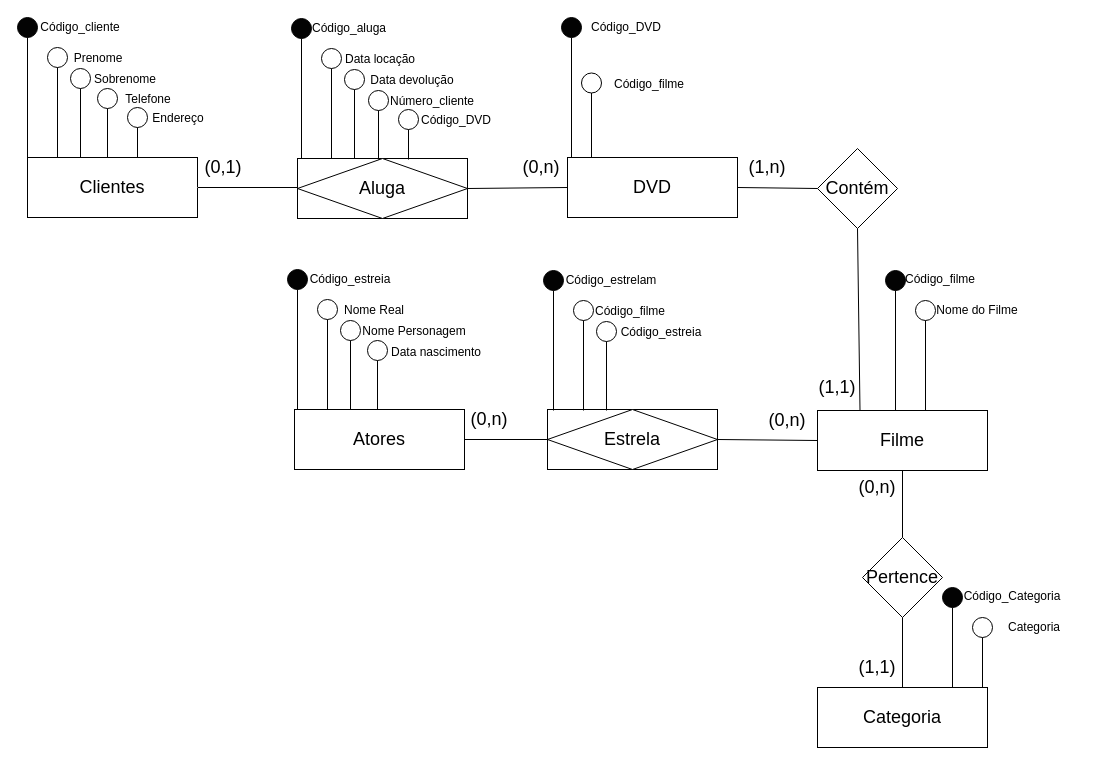
Earlier version of the draw.io diagram Facul/ER_pds.drawio (HansRafael/projects). Source tidied: cells renumbered, new cells numbered last; positions are measured from the earlier drawing's top-left corner, leaving out a move shared by most shapes. Both pictures are drawn from the tidied source at 100%, with x=0, y=0 at pixel (17, 17).
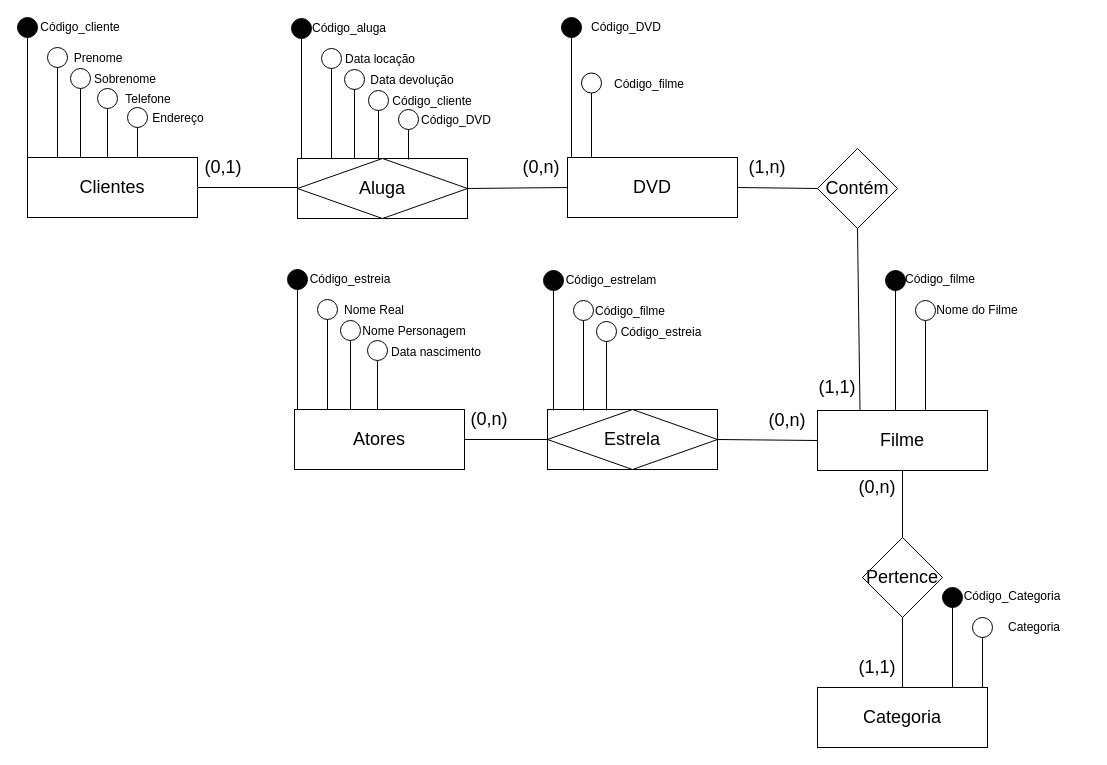
The same diagram, later.

The edit, as a diff of the source:
```diff
@@
-    <mxCell id="67" value="Número_cliente" style="text;html=1;strokeColor=none;fillColor=none;align=center;verticalAlign=middle;whiteSpace=wrap;rounded=0;fontSize=12;" parent="1" vertex="1">
+    <mxCell id="67" value="Código_cliente" style="text;html=1;strokeColor=none;fillColor=none;align=center;verticalAlign=middle;whiteSpace=wrap;rounded=0;fontSize=12;" parent="1" vertex="1">
       <mxGeometry x="360" y="74" width="110" height="20" as="geometry" />
     </mxCell>
```
